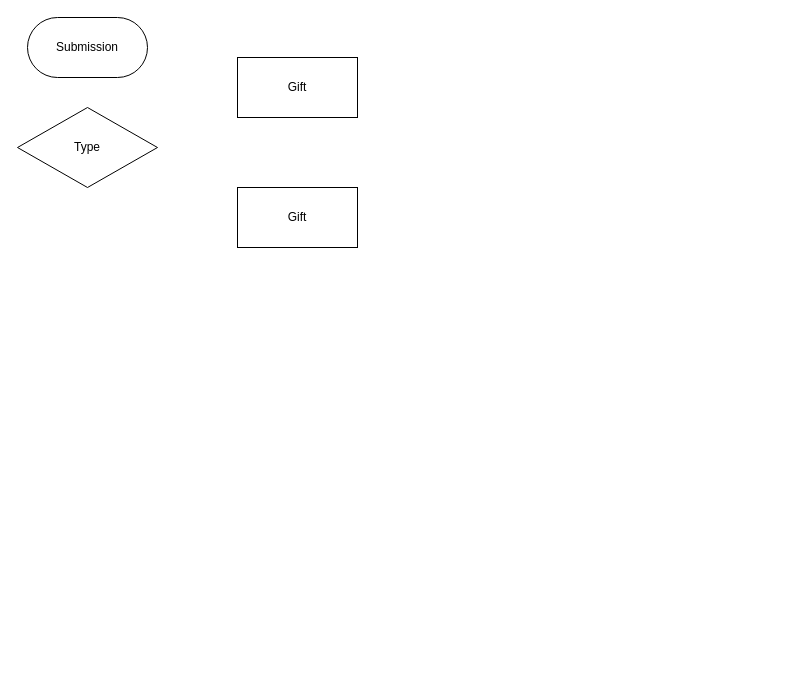
The draw.io diagram Untitled Diagram.drawio in unteez/HKN-GEH, before the edit. Source tidied: cells renumbered, new cells numbered last; positions are measured from the earlier drawing's top-left corner, leaving out a move shared by most shapes. Both pictures are drawn from the tidied source at 100%, with x=0, y=0 at pixel (17, 17).
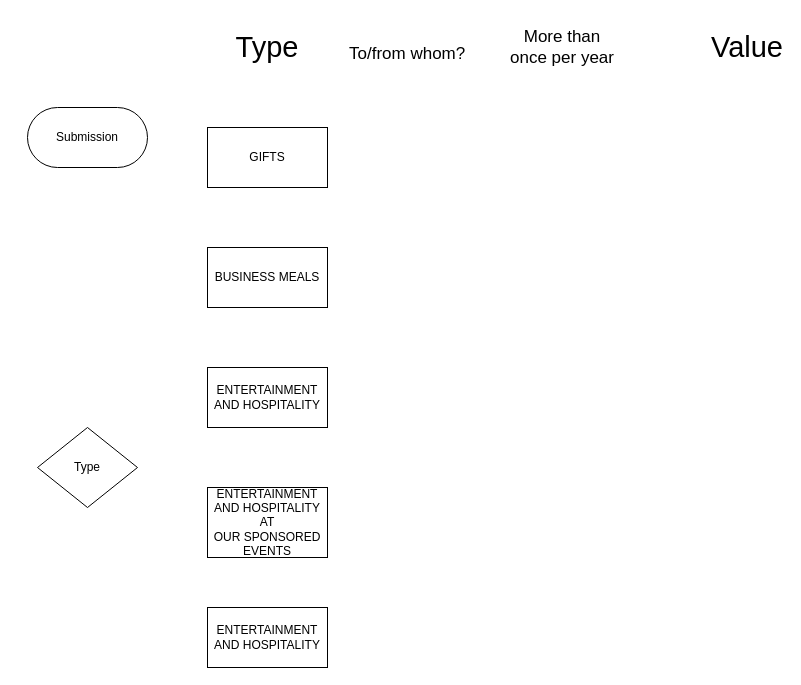
Above is the later version.

Change to the diagram source:
```diff
@@
 <mxGraphModel>
   <root>
     <mxCell id="0" />
     <mxCell id="1" parent="0" />
     <mxCell id="2" value="Submission" style="rounded=1;whiteSpace=wrap;html=1;arcSize=50;" parent="1" vertex="1">
-      <mxGeometry x="10" width="120" height="60" as="geometry" />
+      <mxGeometry x="10" y="90" width="120" height="60" as="geometry" />
     </mxCell>
     <mxCell id="3" value="Type" style="rhombus;whiteSpace=wrap;html=1;" parent="1" vertex="1">
-      <mxGeometry y="90" width="140" height="80" as="geometry" />
+      <mxGeometry x="20" y="410" width="100" height="80" as="geometry" />
     </mxCell>
-    <mxCell id="4" value="Gift" style="rounded=0;whiteSpace=wrap;html=1;" parent="1" vertex="1">
-      <mxGeometry x="220" y="40" width="120" height="60" as="geometry" />
+    <mxCell id="4" value="GIFTS" style="rounded=0;whiteSpace=wrap;html=1;" parent="1" vertex="1">
+      <mxGeometry x="190" y="110" width="120" height="60" as="geometry" />
     </mxCell>
-    <mxCell id="5" value="Gift" style="rounded=0;whiteSpace=wrap;html=1;" parent="1" vertex="1">
-      <mxGeometry x="220" y="170" width="120" height="60" as="geometry" />
+    <mxCell id="5" value="BUSINESS MEALS" style="rounded=0;whiteSpace=wrap;html=1;" parent="1" vertex="1">
+      <mxGeometry x="190" y="230" width="120" height="60" as="geometry" />
     </mxCell>
+    <mxCell id="6" value="ENTERTAINMENT AND HOSPITALITY" style="rounded=0;whiteSpace=wrap;html=1;" parent="1" vertex="1">
+      <mxGeometry x="190" y="350" width="120" height="60" as="geometry" />
+    </mxCell>
+    <mxCell id="7" value="ENTERTAINMENT AND HOSPITALITY AT&lt;br&gt;OUR SPONSORED EVENTS" style="rounded=0;whiteSpace=wrap;html=1;" parent="1" vertex="1">
+      <mxGeometry x="190" y="470" width="120" height="70" as="geometry" />
+    </mxCell>
+    <mxCell id="8" value="ENTERTAINMENT AND HOSPITALITY" style="rounded=0;whiteSpace=wrap;html=1;" parent="1" vertex="1">
+      <mxGeometry x="190" y="590" width="120" height="60" as="geometry" />
+    </mxCell>
+    <mxCell id="9" value="Type" style="text;html=1;strokeColor=none;fillColor=none;align=center;verticalAlign=middle;whiteSpace=wrap;rounded=0;fontSize=29;" parent="1" vertex="1">
+      <mxGeometry x="230" y="20" width="40" height="20" as="geometry" />
+    </mxCell>
+    <mxCell id="10" value="Value" style="text;html=1;strokeColor=none;fillColor=none;align=center;verticalAlign=middle;whiteSpace=wrap;rounded=0;fontSize=29;" parent="1" vertex="1">
+      <mxGeometry x="710" y="20" width="40" height="20" as="geometry" />
+    </mxCell>
+    <mxCell id="11" value="More than once per year" style="text;html=1;strokeColor=none;fillColor=none;align=center;verticalAlign=middle;whiteSpace=wrap;rounded=0;fontSize=17;" parent="1" vertex="1">
+      <mxGeometry x="490" y="10" width="110" height="40" as="geometry" />
+    </mxCell>
+    <mxCell id="12" value="To/from whom?" style="text;whiteSpace=wrap;html=1;fontSize=17;" parent="1" vertex="1">
+      <mxGeometry x="330" y="20" width="140" height="40" as="geometry" />
+    </mxCell>
   </root>
 </mxGraphModel>
```
